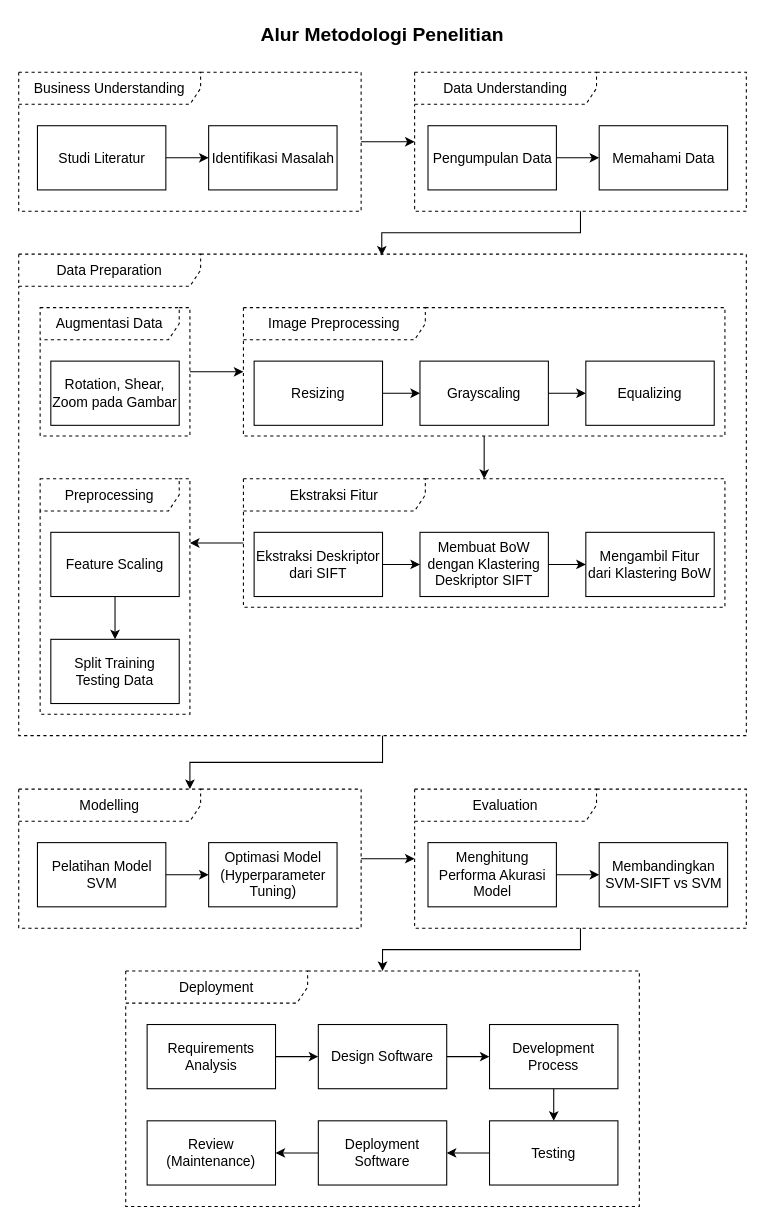
Earlier version of the draw.io diagram page "Metodologi" (1 of 13) of Tugas Akhir.drawio (RTAgung/tugas-akhir). Source tidied: cells renumbered, new cells numbered last; positions are measured from the earlier drawing's top-left corner, leaving out a move shared by most shapes. Both pictures are drawn from the tidied source at 107%, with x=0, y=0 at pixel (18, 18).
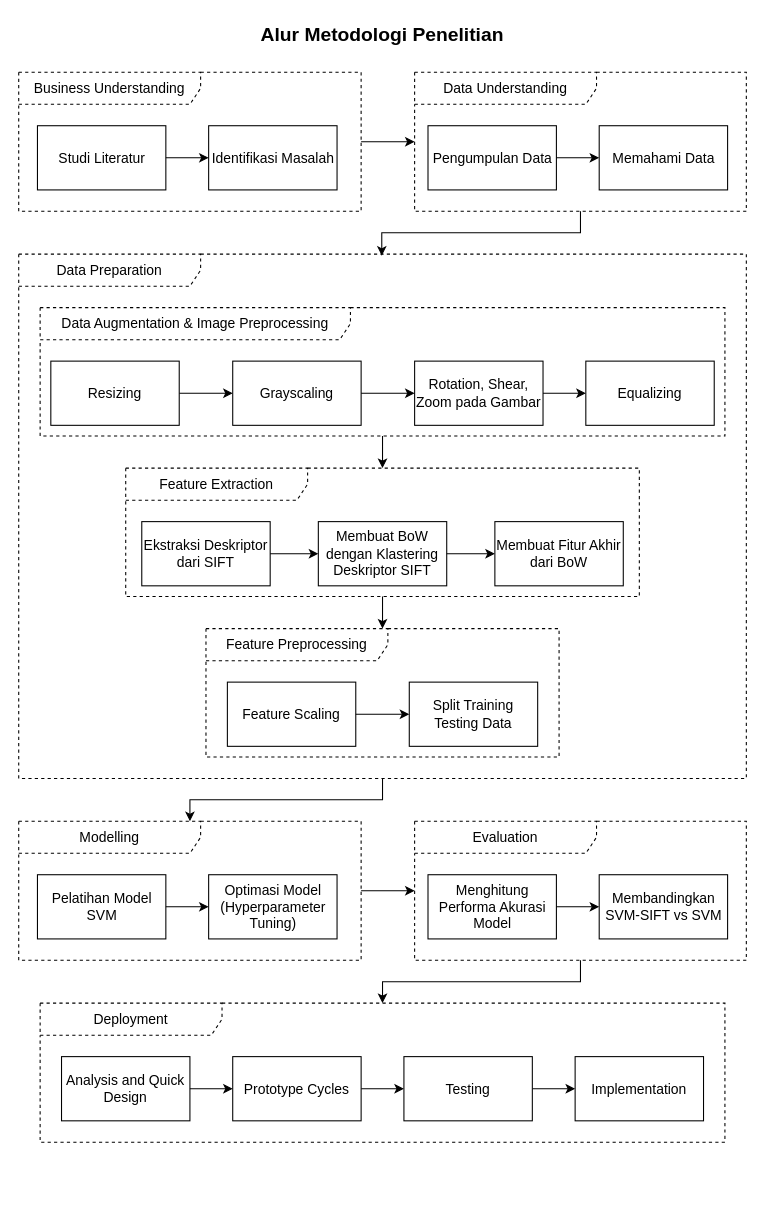
The same page after the edit.

What changed in the source:
```diff
@@
+    <mxCell id="17" style="edgeStyle=orthogonalEdgeStyle;rounded=0;jettySize=auto;html=1;" parent="1" edge="1" source="18" target="9">
+      <mxGeometry relative="1" as="geometry" />
+    </mxCell>
+    <mxCell id="18" value="Data Preparation" style="shape=umlFrame;whiteSpace=wrap;html=1;dashed=1;strokeWidth=1;fillColor=none;width=170;height=30;fontSize=13;" parent="1" vertex="1">
+      <mxGeometry y="220" width="680" height="490" as="geometry" />
+    </mxCell>
+    <mxCell id="24" value="Data Augmentation &amp;amp; Image Preprocessing" style="shape=umlFrame;whiteSpace=wrap;html=1;dashed=1;strokeWidth=1;fillColor=none;width=290;height=30;fontSize=13;" parent="1" vertex="1">
+      <mxGeometry x="20" y="270" width="640" height="120" as="geometry" />
+    </mxCell>
@@
     <mxCell id="9" value="Modelling" style="shape=umlFrame;whiteSpace=wrap;html=1;dashed=1;strokeWidth=1;fillColor=none;width=170;height=30;fontSize=13;" parent="1" vertex="1">
-      <mxGeometry y="720" width="320" height="130" as="geometry" />
+      <mxGeometry y="750" width="320" height="130" as="geometry" />
     </mxCell>
     <mxCell id="10" value="Pelatihan Model SVM" style="rounded=0;whiteSpace=wrap;html=1;fontSize=13;strokeWidth=1;" parent="1" vertex="1">
-      <mxGeometry x="17.5" y="770" width="120" height="60" as="geometry" />
+      <mxGeometry x="17.5" y="800" width="120" height="60" as="geometry" />
     </mxCell>
     <mxCell id="11" value="Optimasi Model (Hyperparameter Tuning)" style="rounded=0;whiteSpace=wrap;html=1;fontSize=13;strokeWidth=1;" parent="1" vertex="1">
-      <mxGeometry x="177.5" y="770" width="120" height="60" as="geometry" />
+      <mxGeometry x="177.5" y="800" width="120" height="60" as="geometry" />
     </mxCell>
@@
-    <mxCell id="17" style="edgeStyle=orthogonalEdgeStyle;rounded=0;jettySize=auto;html=1;" parent="1" edge="1" source="18" target="9">
-      <mxGeometry relative="1" as="geometry" />
-    </mxCell>
-    <mxCell id="18" value="Data Preparation" style="shape=umlFrame;whiteSpace=wrap;html=1;dashed=1;strokeWidth=1;fillColor=none;width=170;height=30;fontSize=13;" parent="1" vertex="1">
-      <mxGeometry y="220" width="680" height="450" as="geometry" />
-    </mxCell>
-    <mxCell id="19" style="edgeStyle=orthogonalEdgeStyle;rounded=0;jettySize=auto;html=1;fontSize=13;strokeWidth=1;" parent="1" edge="1" source="22" target="24">
-      <mxGeometry relative="1" as="geometry" />
-    </mxCell>
@@
-    <mxCell id="21" style="edgeStyle=orthogonalEdgeStyle;rounded=0;jettySize=auto;html=1;entryX=1;entryY=0.273;entryDx=0;entryDy=0;entryPerimeter=0;fontSize=13;strokeWidth=1;" parent="1" edge="1" source="30" target="36">
-      <mxGeometry relative="1" as="geometry" />
-    </mxCell>
-    <mxCell id="22" value="Augmentasi Data" style="shape=umlFrame;whiteSpace=wrap;html=1;dashed=1;strokeWidth=1;fillColor=none;width=130;height=30;fontSize=13;" parent="1" vertex="1">
-      <mxGeometry x="20" y="270" width="140" height="120" as="geometry" />
-    </mxCell>
+    <mxCell id="58" style="edgeStyle=orthogonalEdgeStyle;rounded=0;jettySize=auto;html=1;exitX=1;exitY=0.5;exitDx=0;exitDy=0;entryX=0;entryY=0.5;entryDx=0;entryDy=0;" parent="1" edge="1" source="23" target="25">
+      <mxGeometry relative="1" as="geometry" />
+    </mxCell>
-    <mxCell id="23" value="Rotation, Shear, Zoom pada Gambar" style="rounded=0;whiteSpace=wrap;html=1;fontSize=13;strokeWidth=1;" parent="1" vertex="1">
+    <mxCell id="23" value="Resizing" style="rounded=0;whiteSpace=wrap;html=1;fontSize=13;strokeWidth=1;" parent="1" vertex="1">
       <mxGeometry x="30" y="320" width="120" height="60" as="geometry" />
     </mxCell>
-    <mxCell id="24" value="Image Preprocessing" style="shape=umlFrame;whiteSpace=wrap;html=1;dashed=1;strokeWidth=1;fillColor=none;width=170;height=30;fontSize=13;" parent="1" vertex="1">
-      <mxGeometry x="210" y="270" width="450" height="120" as="geometry" />
-    </mxCell>
-    <mxCell id="25" value="Resizing" style="rounded=0;whiteSpace=wrap;html=1;fontSize=13;strokeWidth=1;" parent="1" vertex="1">
-      <mxGeometry x="220" y="320" width="120" height="60" as="geometry" />
+    <mxCell id="25" value="Grayscaling" style="rounded=0;whiteSpace=wrap;html=1;fontSize=13;strokeWidth=1;" parent="1" vertex="1">
+      <mxGeometry x="200" y="320" width="120" height="60" as="geometry" />
     </mxCell>
-    <mxCell id="26" value="Grayscaling" style="rounded=0;whiteSpace=wrap;html=1;fontSize=13;strokeWidth=1;" parent="1" vertex="1">
-      <mxGeometry x="375" y="320" width="120" height="60" as="geometry" />
+    <mxCell id="26" value="Rotation, Shear, Zoom pada Gambar" style="rounded=0;whiteSpace=wrap;html=1;fontSize=13;strokeWidth=1;" parent="1" vertex="1">
+      <mxGeometry x="370" y="320" width="120" height="60" as="geometry" />
     </mxCell>
@@
+    <mxCell id="21" style="edgeStyle=orthogonalEdgeStyle;rounded=0;jettySize=auto;html=1;" parent="1" edge="1" source="30" target="36">
+      <mxGeometry relative="1" as="geometry" />
+    </mxCell>
-    <mxCell id="30" value="Ekstraksi Fitur" style="shape=umlFrame;whiteSpace=wrap;html=1;dashed=1;strokeWidth=1;fillColor=none;width=170;height=30;fontSize=13;" parent="1" vertex="1">
-      <mxGeometry x="210" y="430" width="450" height="120" as="geometry" />
+    <mxCell id="30" value="Feature Extraction" style="shape=umlFrame;whiteSpace=wrap;html=1;dashed=1;strokeWidth=1;fillColor=none;width=170;height=30;fontSize=13;" parent="1" vertex="1">
+      <mxGeometry x="100" y="420" width="480" height="120" as="geometry" />
     </mxCell>
     <mxCell id="31" value="Ekstraksi Deskriptor dari SIFT" style="rounded=0;whiteSpace=wrap;html=1;fontSize=13;strokeWidth=1;" parent="1" vertex="1">
-      <mxGeometry x="220" y="480" width="120" height="60" as="geometry" />
+      <mxGeometry x="115" y="470" width="120" height="60" as="geometry" />
     </mxCell>
     <mxCell id="32" value="Membuat BoW dengan Klastering Deskriptor SIFT" style="rounded=0;whiteSpace=wrap;html=1;fontSize=13;strokeWidth=1;" parent="1" vertex="1">
-      <mxGeometry x="375" y="480" width="120" height="60" as="geometry" />
+      <mxGeometry x="280" y="470" width="120" height="60" as="geometry" />
     </mxCell>
@@
-    <mxCell id="34" value="Mengambil Fitur dari Klastering BoW" style="rounded=0;whiteSpace=wrap;html=1;fontSize=13;strokeWidth=1;" parent="1" vertex="1">
-      <mxGeometry x="530" y="480" width="120" height="60" as="geometry" />
+    <mxCell id="34" value="Membuat Fitur Akhir dari BoW" style="rounded=0;whiteSpace=wrap;html=1;fontSize=13;strokeWidth=1;" parent="1" vertex="1">
+      <mxGeometry x="445" y="470" width="120" height="60" as="geometry" />
     </mxCell>
@@
-    <mxCell id="36" value="Preprocessing" style="shape=umlFrame;whiteSpace=wrap;html=1;dashed=1;strokeWidth=1;fillColor=none;width=130;height=30;fontSize=13;" parent="1" vertex="1">
-      <mxGeometry x="20" y="430" width="140" height="220" as="geometry" />
+    <mxCell id="36" value="Feature Preprocessing" style="shape=umlFrame;whiteSpace=wrap;html=1;dashed=1;strokeWidth=1;fillColor=none;width=170;height=30;fontSize=13;" parent="1" vertex="1">
+      <mxGeometry x="175" y="570" width="330" height="120" as="geometry" />
     </mxCell>
     <mxCell id="37" value="Feature Scaling" style="rounded=0;whiteSpace=wrap;html=1;fontSize=13;strokeWidth=1;" parent="1" vertex="1">
-      <mxGeometry x="30" y="480" width="120" height="60" as="geometry" />
+      <mxGeometry x="195" y="620" width="120" height="60" as="geometry" />
     </mxCell>
     <mxCell id="38" value="Split Training Testing Data" style="rounded=0;whiteSpace=wrap;html=1;fontSize=13;strokeWidth=1;" parent="1" vertex="1">
-      <mxGeometry x="30" y="580" width="120" height="60" as="geometry" />
+      <mxGeometry x="365" y="620" width="120" height="60" as="geometry" />
     </mxCell>
@@
     <mxCell id="41" value="Evaluation" style="shape=umlFrame;whiteSpace=wrap;html=1;dashed=1;strokeWidth=1;fillColor=none;width=170;height=30;fontSize=13;" parent="1" vertex="1">
-      <mxGeometry x="370" y="720" width="310" height="130" as="geometry" />
+      <mxGeometry x="370" y="750" width="310" height="130" as="geometry" />
     </mxCell>
     <mxCell id="42" value="Menghitung Performa Akurasi Model" style="rounded=0;whiteSpace=wrap;html=1;fontSize=13;strokeWidth=1;" parent="1" vertex="1">
-      <mxGeometry x="382.5" y="770" width="120" height="60" as="geometry" />
+      <mxGeometry x="382.5" y="800" width="120" height="60" as="geometry" />
     </mxCell>
     <mxCell id="43" value="Membandingkan SVM-SIFT vs SVM" style="rounded=0;whiteSpace=wrap;html=1;fontSize=13;strokeWidth=1;" parent="1" vertex="1">
-      <mxGeometry x="542.5" y="770" width="120" height="60" as="geometry" />
+      <mxGeometry x="542.5" y="800" width="120" height="60" as="geometry" />
     </mxCell>
@@
     <mxCell id="45" value="Deployment" style="shape=umlFrame;whiteSpace=wrap;html=1;dashed=1;strokeWidth=1;fillColor=none;width=170;height=30;fontSize=13;" parent="1" vertex="1">
-      <mxGeometry x="100" y="890" width="480" height="220" as="geometry" />
+      <mxGeometry x="20" y="920" width="640" height="130" as="geometry" />
     </mxCell>
-    <mxCell id="46" value="Requirements Analysis" style="rounded=0;whiteSpace=wrap;html=1;fontSize=13;strokeWidth=1;" parent="1" vertex="1">
-      <mxGeometry x="120" y="940" width="120" height="60" as="geometry" />
+    <mxCell id="46" value="Analysis and Quick Design" style="rounded=0;whiteSpace=wrap;html=1;fontSize=13;strokeWidth=1;" parent="1" vertex="1">
+      <mxGeometry x="40" y="970" width="120" height="60" as="geometry" />
     </mxCell>
@@
-    <mxCell id="48" value="Design Software" style="rounded=0;whiteSpace=wrap;html=1;fontSize=13;strokeWidth=1;" parent="1" vertex="1">
-      <mxGeometry x="280" y="940" width="120" height="60" as="geometry" />
+    <mxCell id="48" value="Prototype Cycles" style="rounded=0;whiteSpace=wrap;html=1;fontSize=13;strokeWidth=1;" parent="1" vertex="1">
+      <mxGeometry x="200" y="970" width="120" height="60" as="geometry" />
     </mxCell>
@@
-    <mxCell id="51" value="Development Process" style="rounded=0;whiteSpace=wrap;html=1;fontSize=13;strokeWidth=1;" parent="1" vertex="1">
-      <mxGeometry x="440" y="940" width="120" height="60" as="geometry" />
+    <mxCell id="51" value="Testing" style="rounded=0;whiteSpace=wrap;html=1;fontSize=13;strokeWidth=1;" parent="1" vertex="1">
+      <mxGeometry x="360" y="970" width="120" height="60" as="geometry" />
     </mxCell>
-    <mxCell id="52" value="Review (Maintenance)" style="rounded=0;whiteSpace=wrap;html=1;fontSize=13;strokeWidth=1;" parent="1" vertex="1">
-      <mxGeometry x="120" y="1030" width="120" height="60" as="geometry" />
-    </mxCell>
-    <mxCell id="53" style="edgeStyle=orthogonalEdgeStyle;rounded=0;jettySize=auto;html=1;" parent="1" edge="1" source="54" target="52">
-      <mxGeometry relative="1" as="geometry" />
-    </mxCell>
-    <mxCell id="54" value="Deployment Software" style="rounded=0;whiteSpace=wrap;html=1;fontSize=13;strokeWidth=1;" parent="1" vertex="1">
-      <mxGeometry x="280" y="1030" width="120" height="60" as="geometry" />
-    </mxCell>
-    <mxCell id="55" style="edgeStyle=orthogonalEdgeStyle;rounded=0;jettySize=auto;html=1;" parent="1" edge="1" source="56" target="54">
-      <mxGeometry relative="1" as="geometry" />
-    </mxCell>
-    <mxCell id="56" value="Testing" style="rounded=0;whiteSpace=wrap;html=1;fontSize=13;strokeWidth=1;" parent="1" vertex="1">
-      <mxGeometry x="440" y="1030" width="120" height="60" as="geometry" />
+    <mxCell id="56" value="Implementation" style="rounded=0;whiteSpace=wrap;html=1;fontSize=13;strokeWidth=1;" parent="1" vertex="1">
+      <mxGeometry x="520" y="970" width="120" height="60" as="geometry" />
     </mxCell>
```
